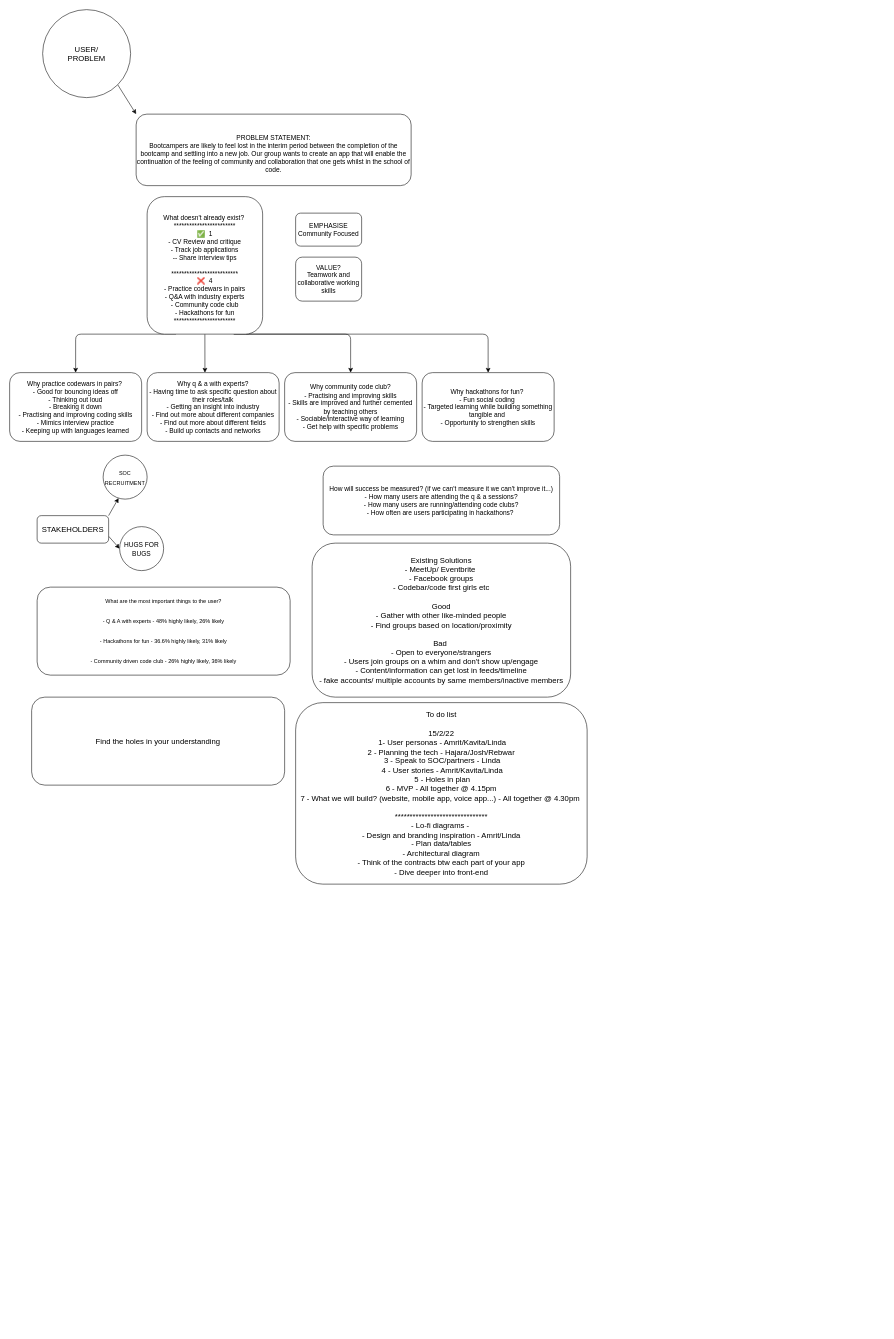
Above: plan.drawio in Lindris/final-project-repo-hugs-for-bugs (draw.io), before the change. Source tidied: cells renumbered, new cells numbered last; positions are measured from the earlier drawing's top-left corner, leaving out a move shared by most shapes. Both pictures are drawn from the tidied source at 55%, with x=0, y=0 at pixel (9, 9).
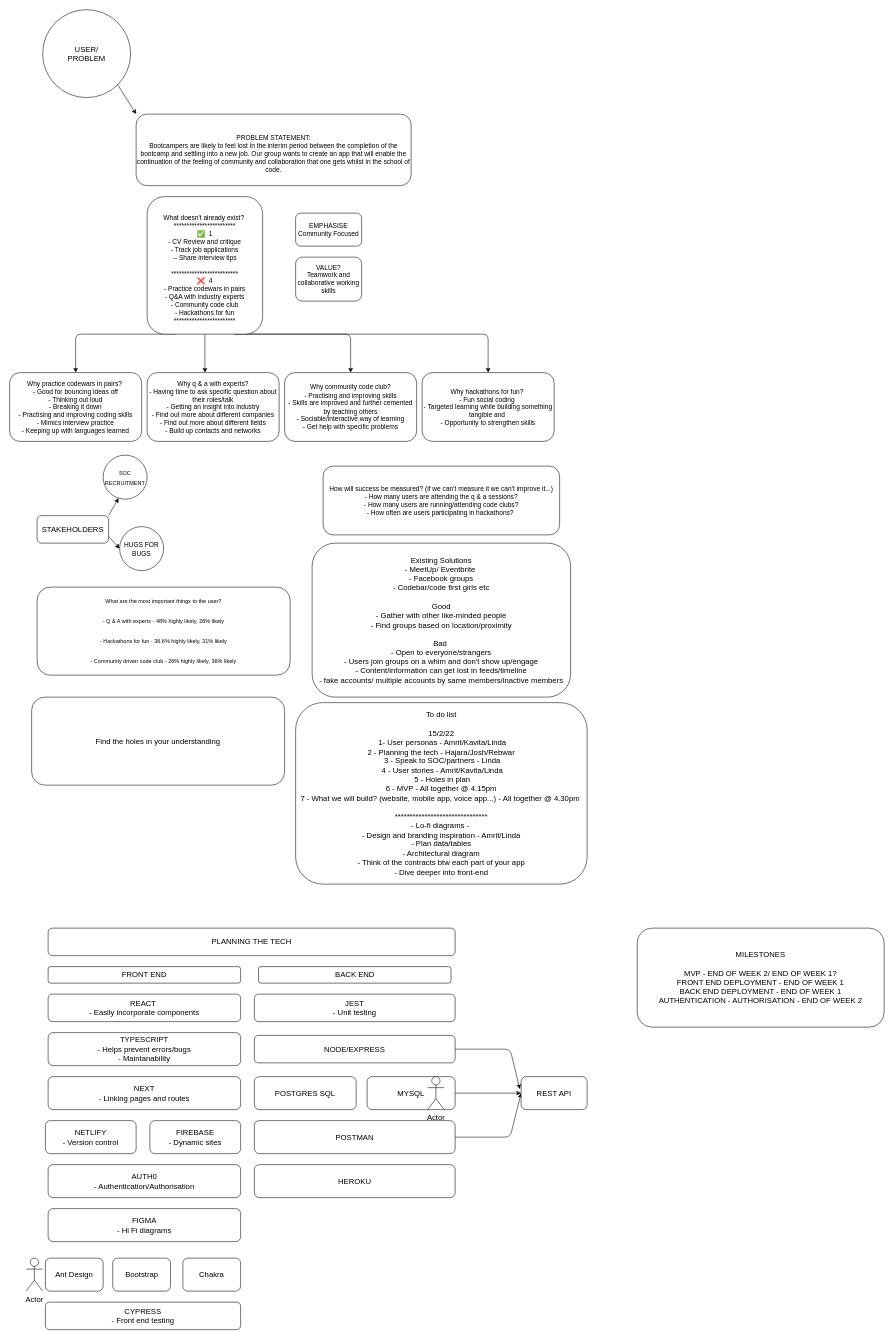
Above is the later version.

Commit message (it also covers changes not shown here):
tech stack

Change to the diagram source:
```diff
@@
+    <mxCell id="26" value="PLANNING THE TECH" style="rounded=1;whiteSpace=wrap;html=1;fontSize=14;" parent="1" vertex="1">
+      <mxGeometry x="70" y="1670" width="740" height="50" as="geometry" />
+    </mxCell>
+    <mxCell id="27" value="FRONT END" style="rounded=1;whiteSpace=wrap;html=1;fontSize=14;" parent="1" vertex="1">
+      <mxGeometry x="70" y="1740" width="350" height="30" as="geometry" />
+    </mxCell>
+    <mxCell id="28" value="BACK END" style="rounded=1;whiteSpace=wrap;html=1;fontSize=14;" parent="1" vertex="1">
+      <mxGeometry x="452.5" y="1740" width="350" height="30" as="geometry" />
+    </mxCell>
+    <mxCell id="29" value="REACT&amp;nbsp;&lt;br&gt;- Easily incorporate components" style="rounded=1;whiteSpace=wrap;html=1;fontSize=14;" parent="1" vertex="1">
+      <mxGeometry x="70" y="1790" width="350" height="50" as="geometry" />
+    </mxCell>
+    <mxCell id="30" value="TYPESCRIPT&lt;br&gt;- Helps prevent errors/bugs&lt;br&gt;- Maintanability" style="rounded=1;whiteSpace=wrap;html=1;fontSize=14;" parent="1" vertex="1">
+      <mxGeometry x="70" y="1860" width="350" height="60" as="geometry" />
+    </mxCell>
+    <mxCell id="31" value="NEXT&lt;br&gt;- Linking pages and routes" style="rounded=1;whiteSpace=wrap;html=1;fontSize=14;" parent="1" vertex="1">
+      <mxGeometry x="70" y="1940" width="350" height="60" as="geometry" />
+    </mxCell>
+    <mxCell id="32" value="NETLIFY&lt;br&gt;- Version control" style="rounded=1;whiteSpace=wrap;html=1;fontSize=14;" parent="1" vertex="1">
+      <mxGeometry x="65" y="2020" width="165" height="60" as="geometry" />
+    </mxCell>
+    <mxCell id="33" value="FIREBASE&lt;br&gt;- Dynamic sites" style="rounded=1;whiteSpace=wrap;html=1;fontSize=14;" parent="1" vertex="1">
+      <mxGeometry x="255" y="2020" width="165" height="60" as="geometry" />
+    </mxCell>
+    <mxCell id="34" value="AUTH0&lt;br&gt;- Authentication/Authorisation" style="rounded=1;whiteSpace=wrap;html=1;fontSize=14;" parent="1" vertex="1">
+      <mxGeometry x="70" y="2100" width="350" height="60" as="geometry" />
+    </mxCell>
+    <mxCell id="35" value="FIGMA&lt;br&gt;- Hi Fi diagrams" style="rounded=1;whiteSpace=wrap;html=1;fontSize=14;" parent="1" vertex="1">
+      <mxGeometry x="70" y="2180" width="350" height="60" as="geometry" />
+    </mxCell>
+    <mxCell id="36" value="Ant Design" style="rounded=1;whiteSpace=wrap;html=1;fontSize=14;" parent="1" vertex="1">
+      <mxGeometry x="65" y="2270" width="105" height="60" as="geometry" />
+    </mxCell>
+    <mxCell id="37" value="Bootstrap" style="rounded=1;whiteSpace=wrap;html=1;fontSize=14;" parent="1" vertex="1">
+      <mxGeometry x="187.5" y="2270" width="105" height="60" as="geometry" />
+    </mxCell>
+    <mxCell id="38" value="Chakra" style="rounded=1;whiteSpace=wrap;html=1;fontSize=14;" parent="1" vertex="1">
+      <mxGeometry x="315" y="2270" width="105" height="60" as="geometry" />
+    </mxCell>
+    <mxCell id="39" value="JEST&lt;br&gt;- Unit testing" style="rounded=1;whiteSpace=wrap;html=1;fontSize=14;" parent="1" vertex="1">
+      <mxGeometry x="445" y="1790" width="365" height="50" as="geometry" />
+    </mxCell>
+    <mxCell id="40" value="CYPRESS&lt;br&gt;- Front end testing" style="rounded=1;whiteSpace=wrap;html=1;fontSize=14;" parent="1" vertex="1">
+      <mxGeometry x="65" y="2350" width="355" height="50" as="geometry" />
+    </mxCell>
+    <mxCell id="41" style="edgeStyle=none;html=1;exitX=1;exitY=0.5;exitDx=0;exitDy=0;fontSize=14;entryX=-0.02;entryY=0.375;entryDx=0;entryDy=0;entryPerimeter=0;" parent="1" edge="1" source="42" target="49">
+      <mxGeometry relative="1" as="geometry">
+        <Array as="points">
+          <mxPoint x="910" y="1890" />
+        </Array>
+      </mxGeometry>
+    </mxCell>
+    <mxCell id="42" value="NODE/EXPRESS" style="rounded=1;whiteSpace=wrap;html=1;fontSize=14;" parent="1" vertex="1">
+      <mxGeometry x="445" y="1865" width="365" height="50" as="geometry" />
+    </mxCell>
+    <mxCell id="43" value="POSTGRES SQL" style="rounded=1;whiteSpace=wrap;html=1;fontSize=14;" parent="1" vertex="1">
+      <mxGeometry x="445" y="1940" width="185" height="60" as="geometry" />
+    </mxCell>
+    <mxCell id="44" style="edgeStyle=none;html=1;exitX=1;exitY=0.5;exitDx=0;exitDy=0;fontSize=14;entryX=0;entryY=0.5;entryDx=0;entryDy=0;" parent="1" edge="1" source="45" target="49">
+      <mxGeometry relative="1" as="geometry" />
+    </mxCell>
+    <mxCell id="45" value="MYSQL" style="rounded=1;whiteSpace=wrap;html=1;fontSize=14;" parent="1" vertex="1">
+      <mxGeometry x="650" y="1940" width="160" height="60" as="geometry" />
+    </mxCell>
+    <mxCell id="46" style="edgeStyle=none;html=1;exitX=1;exitY=0.5;exitDx=0;exitDy=0;fontSize=14;" parent="1" edge="1" source="47">
+      <mxGeometry relative="1" as="geometry">
+        <mxPoint x="930" y="1970" as="targetPoint" />
+        <Array as="points">
+          <mxPoint x="910" y="2050" />
+        </Array>
+      </mxGeometry>
+    </mxCell>
+    <mxCell id="47" value="POSTMAN" style="rounded=1;whiteSpace=wrap;html=1;fontSize=14;" parent="1" vertex="1">
+      <mxGeometry x="445" y="2020" width="365" height="60" as="geometry" />
+    </mxCell>
+    <mxCell id="48" value="HEROKU" style="rounded=1;whiteSpace=wrap;html=1;fontSize=14;" parent="1" vertex="1">
+      <mxGeometry x="445" y="2100" width="365" height="60" as="geometry" />
+    </mxCell>
+    <mxCell id="49" value="REST API" style="rounded=1;whiteSpace=wrap;html=1;fontSize=14;" parent="1" vertex="1">
+      <mxGeometry x="930" y="1940" width="120" height="60" as="geometry" />
+    </mxCell>
+    <mxCell id="50" value="Actor" style="shape=umlActor;verticalLabelPosition=bottom;verticalAlign=top;html=1;fontSize=14;" parent="1" vertex="1">
+      <mxGeometry x="30" y="2270" width="30" height="60" as="geometry" />
+    </mxCell>
+    <mxCell id="51" value="Actor" style="shape=umlActor;verticalLabelPosition=bottom;verticalAlign=top;html=1;fontSize=14;" parent="1" vertex="1">
+      <mxGeometry x="760" y="1940" width="30" height="60" as="geometry" />
+    </mxCell>
+    <mxCell id="52" value="MILESTONES&lt;br&gt;&lt;br&gt;MVP - END OF WEEK 2/ END OF WEEK 1?&lt;br&gt;&amp;nbsp;FRONT END DEPLOYMENT - END OF WEEK 1&amp;nbsp;&lt;br&gt;BACK END DEPLOYMENT - END OF WEEK 1&lt;br&gt;AUTHENTICATION - AUTHORISATION - END OF WEEK 2" style="rounded=1;whiteSpace=wrap;html=1;fontSize=14;" parent="1" vertex="1">
+      <mxGeometry x="1141" y="1670" width="449" height="180" as="geometry" />
+    </mxCell>
```
